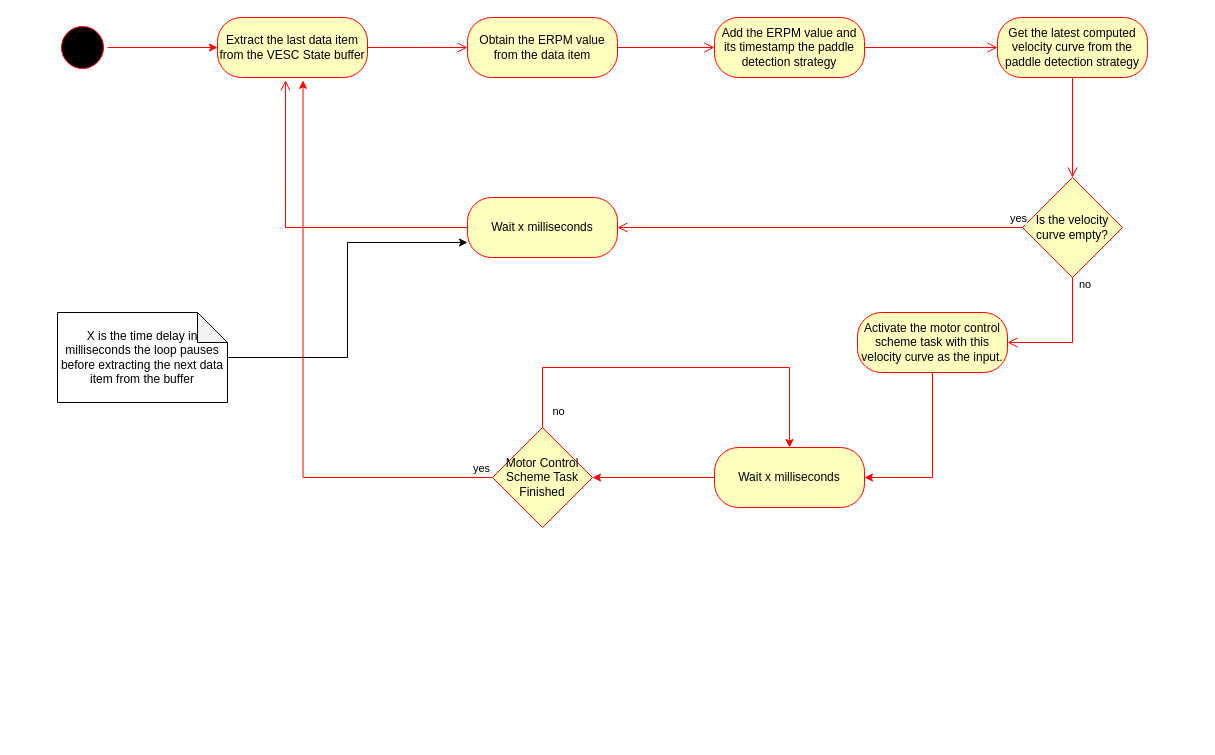
bobacktech/bionic-boarder keeps this draw.io diagram as diagrams/Rider Paddling or Braking Detection Realtime Loop.drawio. Above is the earlier version. Source tidied: cells renumbered, new cells numbered last; positions are measured from the earlier drawing's top-left corner, leaving out a move shared by most shapes. Both pictures are drawn from the tidied source at 100%, with x=0, y=0 at pixel (57, 17).
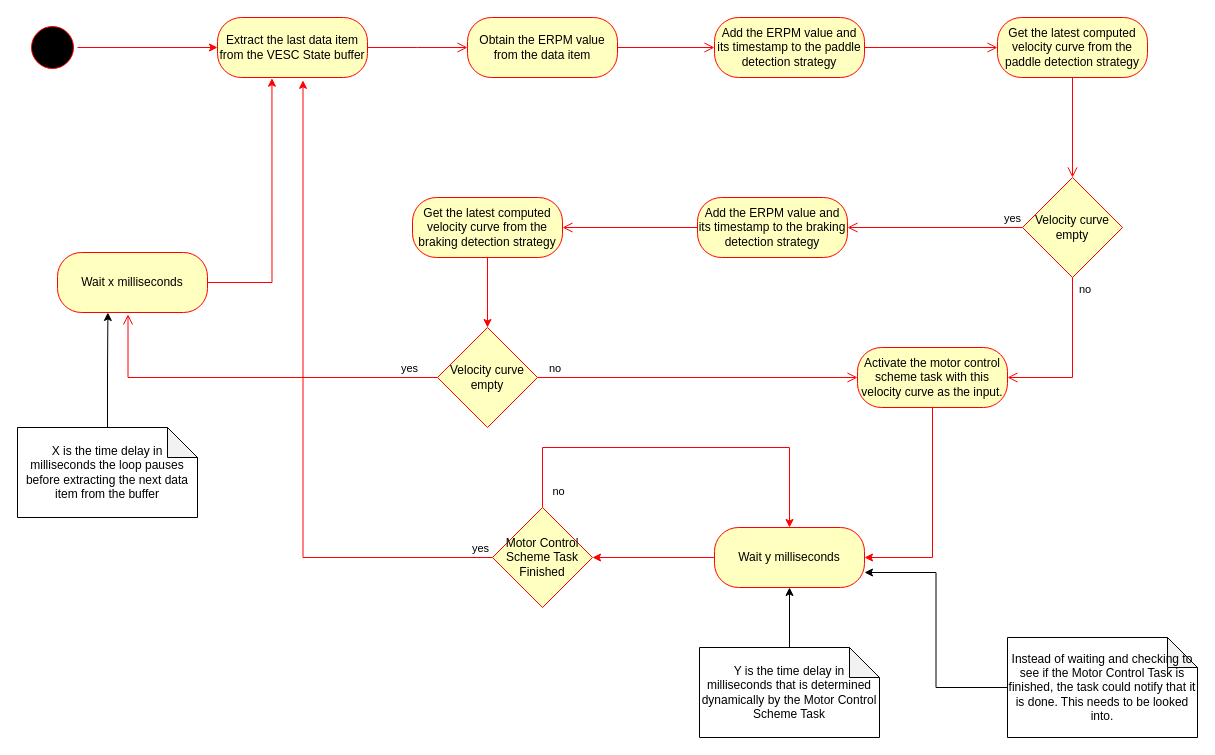
The same diagram, later.

Commit message:
BB-77: Added the braking detection strategy logic to the activity diagram.

Unchanged cells that the change refers to:
```xml
<mxCell id="4" value="&lt;div&gt;&lt;font style=&quot;color: rgb(0, 0, 0);&quot;&gt;Extract the last data item from the VESC State buffer&lt;/font&gt;&lt;/div&gt;" style="rounded=1;whiteSpace=wrap;html=1;arcSize=40;fontColor=#000000;fillColor=#ffffc0;strokeColor=#ff0000;labelBackgroundColor=none;" parent="1" vertex="1">
  <mxGeometry x="160" width="150" height="60" as="geometry" />
</mxCell>
```

What changed in the source:
```diff
@@
     <mxCell id="3" style="ellipse;html=1;shape=startState;fillColor=#000000;strokeColor=#ff0000;" parent="1" vertex="1">
-      <mxGeometry y="5" width="50" height="50" as="geometry" />
+      <mxGeometry x="-30" y="5" width="50" height="50" as="geometry" />
     </mxCell>
@@
-    <mxCell id="6" value="&lt;div&gt;&lt;font style=&quot;color: rgb(0, 0, 0);&quot;&gt;Add the ERPM value and its timestamp the paddle detection strategy&lt;/font&gt;&lt;/div&gt;" style="rounded=1;whiteSpace=wrap;html=1;arcSize=40;fontColor=#000000;fillColor=#ffffc0;strokeColor=#ff0000;labelBackgroundColor=none;" parent="1" vertex="1">
+    <mxCell id="6" value="&lt;div&gt;&lt;font style=&quot;color: rgb(0, 0, 0);&quot;&gt;Add the ERPM value and its timestamp to the paddle detection strategy&lt;/font&gt;&lt;/div&gt;" style="rounded=1;whiteSpace=wrap;html=1;arcSize=40;fontColor=#000000;fillColor=#ffffc0;strokeColor=#ff0000;labelBackgroundColor=none;" parent="1" vertex="1">
       <mxGeometry x="657" width="150" height="60" as="geometry" />
     </mxCell>
@@
-    <mxCell id="8" value="&lt;font color=&quot;#000000&quot;&gt;Is the velocity curve empty?&lt;/font&gt;" style="rhombus;whiteSpace=wrap;html=1;fontColor=#000000;fillColor=#ffffc0;strokeColor=#ff0000;labelBackgroundColor=none;" parent="1" vertex="1">
+    <mxCell id="8" value="&lt;font color=&quot;#000000&quot;&gt;Velocity curve empty&lt;/font&gt;" style="rhombus;whiteSpace=wrap;html=1;fontColor=#000000;fillColor=#ffffc0;strokeColor=#ff0000;labelBackgroundColor=none;" parent="1" vertex="1">
       <mxGeometry x="965" y="160" width="100" height="100" as="geometry" />
     </mxCell>
-    <mxCell id="9" value="&lt;div&gt;&lt;font style=&quot;color: rgb(0, 0, 0);&quot;&gt;Wait x milliseconds&lt;/font&gt;&lt;/div&gt;" style="rounded=1;whiteSpace=wrap;html=1;arcSize=40;fontColor=#000000;fillColor=#ffffc0;strokeColor=#ff0000;labelBackgroundColor=none;" parent="1" vertex="1">
-      <mxGeometry x="410" y="180" width="150" height="60" as="geometry" />
-    </mxCell>
-    <mxCell id="10" style="edgeStyle=orthogonalEdgeStyle;rounded=0;jettySize=auto;html=1;entryX=0;entryY=0.75;entryDx=0;entryDy=0;" parent="1" edge="1" source="11" target="9">
-      <mxGeometry relative="1" as="geometry">
-        <Array as="points">
-          <mxPoint x="290" y="340" />
-          <mxPoint x="290" y="225" />
-        </Array>
-      </mxGeometry>
-    </mxCell>
     <mxCell id="11" value="X is the time delay in milliseconds the loop pauses before extracting the next data item from the buffer" style="shape=note;whiteSpace=wrap;html=1;backgroundOutline=1;darkOpacity=0.05;" parent="1" vertex="1">
-      <mxGeometry y="295" width="170" height="90" as="geometry" />
+      <mxGeometry x="-40" y="410" width="180" height="90" as="geometry" />
     </mxCell>
-    <mxCell id="12" value="yes" style="edgeStyle=orthogonalEdgeStyle;html=1;align=left;verticalAlign=bottom;endArrow=open;endSize=8;strokeColor=#ff0000;rounded=0;exitX=0;exitY=0.5;exitDx=0;exitDy=0;" parent="1" edge="1" source="8" target="9">
-      <mxGeometry x="-0.93" relative="1" as="geometry" />
-    </mxCell>
-    <mxCell id="13" style="edgeStyle=orthogonalEdgeStyle;html=1;verticalAlign=bottom;endArrow=open;endSize=8;strokeColor=#ff0000;rounded=0;exitX=0;exitY=0.5;exitDx=0;exitDy=0;entryX=0.453;entryY=1.047;entryDx=0;entryDy=0;entryPerimeter=0;" parent="1" edge="1" source="9" target="4">
-      <mxGeometry relative="1" as="geometry" />
-    </mxCell>
@@
     <mxCell id="19" style="edgeStyle=orthogonalEdgeStyle;rounded=0;jettySize=auto;html=1;strokeColor=#FF0000;entryX=1;entryY=0.5;entryDx=0;entryDy=0;exitX=0.5;exitY=1;exitDx=0;exitDy=0;" parent="1" edge="1" source="20" target="22">
-      <mxGeometry relative="1" as="geometry" />
+      <mxGeometry relative="1" as="geometry">
+        <Array as="points">
+          <mxPoint x="875" y="540" />
+        </Array>
+      </mxGeometry>
     </mxCell>
     <mxCell id="20" value="&lt;div&gt;&lt;font style=&quot;color: rgb(0, 0, 0);&quot;&gt;Activate the motor control scheme task with this velocity curve as the input.&lt;/font&gt;&lt;/div&gt;" style="rounded=1;whiteSpace=wrap;html=1;arcSize=40;fontColor=#000000;fillColor=#ffffc0;strokeColor=#ff0000;labelBackgroundColor=none;" parent="1" vertex="1">
-      <mxGeometry x="800" y="295" width="150" height="60" as="geometry" />
+      <mxGeometry x="800" y="330" width="150" height="60" as="geometry" />
     </mxCell>
@@
-    <mxCell id="22" value="&lt;div&gt;&lt;font style=&quot;color: rgb(0, 0, 0);&quot;&gt;Wait x milliseconds&lt;/font&gt;&lt;/div&gt;" style="rounded=1;whiteSpace=wrap;html=1;arcSize=40;fontColor=#000000;fillColor=#ffffc0;strokeColor=#ff0000;labelBackgroundColor=none;" parent="1" vertex="1">
-      <mxGeometry x="657" y="430" width="150" height="60" as="geometry" />
+    <mxCell id="22" value="&lt;div&gt;&lt;font style=&quot;color: rgb(0, 0, 0);&quot;&gt;Wait y milliseconds&lt;/font&gt;&lt;/div&gt;" style="rounded=1;whiteSpace=wrap;html=1;arcSize=40;fontColor=#000000;fillColor=#ffffc0;strokeColor=#ff0000;labelBackgroundColor=none;" parent="1" vertex="1">
+      <mxGeometry x="657" y="510" width="150" height="60" as="geometry" />
     </mxCell>
     <mxCell id="23" style="edgeStyle=orthogonalEdgeStyle;rounded=0;jettySize=auto;html=1;entryX=0.5;entryY=0;entryDx=0;entryDy=0;exitX=0.5;exitY=0;exitDx=0;exitDy=0;strokeColor=#FF0000;" parent="1" edge="1" source="27" target="22">
       <mxGeometry relative="1" as="geometry">
         <Array as="points">
-          <mxPoint x="485" y="350" />
-          <mxPoint x="732" y="350" />
+          <mxPoint x="485" y="430" />
+          <mxPoint x="732" y="430" />
         </Array>
       </mxGeometry>
     </mxCell>
@@
     <mxCell id="27" value="&lt;font color=&quot;#000000&quot;&gt;Motor Control Scheme Task Finished&lt;/font&gt;" style="rhombus;whiteSpace=wrap;html=1;fontColor=#000000;fillColor=#ffffc0;strokeColor=#ff0000;labelBackgroundColor=none;" parent="1" vertex="1">
-      <mxGeometry x="435" y="410" width="100" height="100" as="geometry" />
+      <mxGeometry x="435" y="490" width="100" height="100" as="geometry" />
     </mxCell>
+    <mxCell id="28" style="edgeStyle=orthogonalEdgeStyle;html=1;align=left;verticalAlign=bottom;endArrow=open;endSize=8;strokeColor=#ff0000;rounded=0;exitX=0;exitY=0.5;exitDx=0;exitDy=0;" parent="1" edge="1" source="8" target="30">
+      <mxGeometry x="-0.93" relative="1" as="geometry" />
+    </mxCell>
+    <mxCell id="29" value="&lt;span style=&quot;text-align: left;&quot;&gt;yes&lt;/span&gt;" style="edgeLabel;html=1;align=center;verticalAlign=middle;" parent="28" vertex="1">
+      <mxGeometry x="-0.88" y="-2" relative="1" as="geometry">
+        <mxPoint y="-8" as="offset" />
+      </mxGeometry>
+    </mxCell>
+    <mxCell id="30" value="&lt;div&gt;&lt;font style=&quot;color: rgb(0, 0, 0);&quot;&gt;Add the ERPM value and its timestamp to the braking detection strategy&lt;/font&gt;&lt;/div&gt;" style="rounded=1;whiteSpace=wrap;html=1;arcSize=40;fontColor=#000000;fillColor=#ffffc0;strokeColor=#ff0000;labelBackgroundColor=none;" parent="1" vertex="1">
+      <mxGeometry x="640" y="180" width="150" height="60" as="geometry" />
+    </mxCell>
+    <mxCell id="31" style="edgeStyle=orthogonalEdgeStyle;html=1;align=left;verticalAlign=bottom;endArrow=open;endSize=8;strokeColor=#ff0000;rounded=0;exitX=0;exitY=0.5;exitDx=0;exitDy=0;" parent="1" edge="1" source="30" target="33">
+      <mxGeometry x="-0.93" relative="1" as="geometry" />
+    </mxCell>
+    <mxCell id="32" style="edgeStyle=orthogonalEdgeStyle;rounded=0;jettySize=auto;html=1;entryX=0.5;entryY=0;entryDx=0;entryDy=0;strokeColor=#FF0000;" parent="1" edge="1" source="33" target="34">
+      <mxGeometry relative="1" as="geometry" />
+    </mxCell>
+    <mxCell id="33" value="&lt;div&gt;&lt;font style=&quot;color: rgb(0, 0, 0);&quot;&gt;Get the latest computed velocity curve from the braking detection strategy&lt;/font&gt;&lt;/div&gt;" style="rounded=1;whiteSpace=wrap;html=1;arcSize=40;fontColor=#000000;fillColor=#ffffc0;strokeColor=#ff0000;labelBackgroundColor=none;" parent="1" vertex="1">
+      <mxGeometry x="355" y="180" width="150" height="60" as="geometry" />
+    </mxCell>
+    <mxCell id="34" value="&lt;font color=&quot;#000000&quot;&gt;Velocity curve empty&lt;/font&gt;" style="rhombus;whiteSpace=wrap;html=1;fontColor=#000000;fillColor=#ffffc0;strokeColor=#ff0000;labelBackgroundColor=none;" parent="1" vertex="1">
+      <mxGeometry x="380" y="310" width="100" height="100" as="geometry" />
+    </mxCell>
+    <mxCell id="35" value="no" style="edgeStyle=orthogonalEdgeStyle;html=1;align=left;verticalAlign=bottom;endArrow=open;endSize=8;strokeColor=#ff0000;rounded=0;exitX=1;exitY=0.5;exitDx=0;exitDy=0;entryX=0;entryY=0.5;entryDx=0;entryDy=0;" parent="1" edge="1" source="34" target="20">
+      <mxGeometry x="-0.94" relative="1" as="geometry" />
+    </mxCell>
+    <mxCell id="36" style="edgeStyle=orthogonalEdgeStyle;html=1;align=left;verticalAlign=bottom;endArrow=open;endSize=8;strokeColor=#ff0000;rounded=0;entryX=0.47;entryY=1.031;entryDx=0;entryDy=0;entryPerimeter=0;exitX=0;exitY=0.5;exitDx=0;exitDy=0;" parent="1" edge="1" source="34" target="9">
+      <mxGeometry x="-0.93" relative="1" as="geometry" />
+    </mxCell>
+    <mxCell id="37" value="&lt;span style=&quot;text-align: left;&quot;&gt;yes&lt;/span&gt;" style="edgeLabel;html=1;align=center;verticalAlign=middle;" parent="36" vertex="1">
+      <mxGeometry x="-0.88" y="-2" relative="1" as="geometry">
+        <mxPoint x="-7" y="-8" as="offset" />
+      </mxGeometry>
+    </mxCell>
+    <mxCell id="9" value="&lt;div&gt;&lt;font style=&quot;color: rgb(0, 0, 0);&quot;&gt;Wait x milliseconds&lt;/font&gt;&lt;/div&gt;" style="rounded=1;whiteSpace=wrap;html=1;arcSize=40;fontColor=#000000;fillColor=#ffffc0;strokeColor=#ff0000;labelBackgroundColor=none;" parent="1" vertex="1">
+      <mxGeometry y="235" width="150" height="60" as="geometry" />
+    </mxCell>
+    <mxCell id="13" style="edgeStyle=orthogonalEdgeStyle;rounded=0;jettySize=auto;html=1;entryX=0.363;entryY=1.012;entryDx=0;entryDy=0;entryPerimeter=0;strokeColor=#FF0000;" parent="1" edge="1" source="9" target="4">
+      <mxGeometry relative="1" as="geometry" />
+    </mxCell>
+    <mxCell id="10" style="edgeStyle=orthogonalEdgeStyle;rounded=0;jettySize=auto;html=1;entryX=0.336;entryY=1;entryDx=0;entryDy=0;entryPerimeter=0;" parent="1" edge="1" source="11" target="9">
+      <mxGeometry relative="1" as="geometry" />
+    </mxCell>
+    <mxCell id="38" style="edgeStyle=orthogonalEdgeStyle;rounded=0;jettySize=auto;html=1;entryX=0.5;entryY=1;entryDx=0;entryDy=0;" parent="1" edge="1" source="39" target="22">
+      <mxGeometry relative="1" as="geometry" />
+    </mxCell>
+    <mxCell id="39" value="Y is the time delay in milliseconds that is determined dynamically by the Motor Control Scheme Task" style="shape=note;whiteSpace=wrap;html=1;backgroundOutline=1;darkOpacity=0.05;" parent="1" vertex="1">
+      <mxGeometry x="642" y="630" width="180" height="90" as="geometry" />
+    </mxCell>
+    <mxCell id="40" style="edgeStyle=orthogonalEdgeStyle;rounded=0;jettySize=auto;html=1;entryX=1;entryY=0.75;entryDx=0;entryDy=0;" parent="1" edge="1" source="41" target="22">
+      <mxGeometry relative="1" as="geometry" />
+    </mxCell>
+    <mxCell id="41" value="Instead of waiting and checking to see if the Motor Control Task is finished, the task could notify that it is done. This needs to be looked into." style="shape=note;whiteSpace=wrap;html=1;backgroundOutline=1;darkOpacity=0.05;" parent="1" vertex="1">
+      <mxGeometry x="950" y="620" width="190" height="100" as="geometry" />
+    </mxCell>
```
